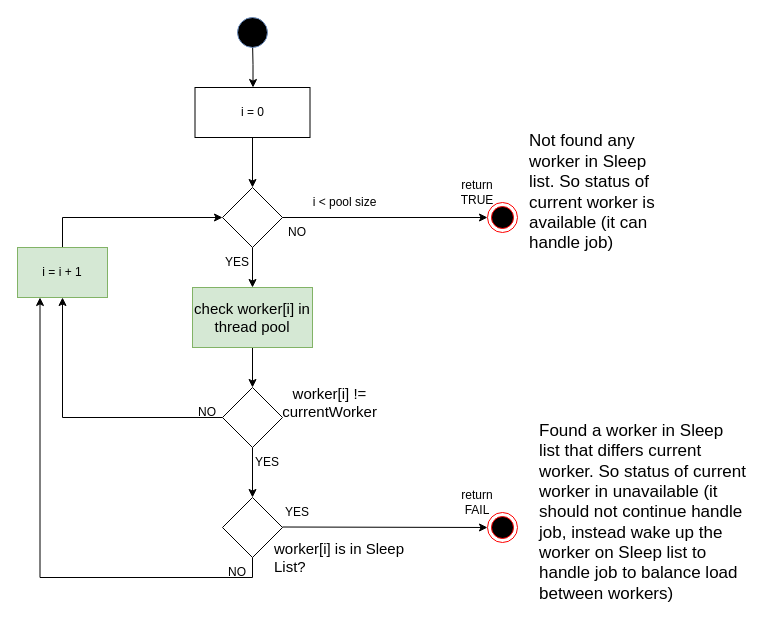
The draw.io diagram page "dl_check_active_dispatcher" (14 of 16) of doc/SA cert/Design/performance.drawio in taikt/codefun, before the edit. Source tidied: cells renumbered, new cells numbered last; positions are measured from the earlier drawing's top-left corner, leaving out a move shared by most shapes. Both pictures are drawn from the tidied source at 100%, with x=0, y=0 at pixel (17, 17).
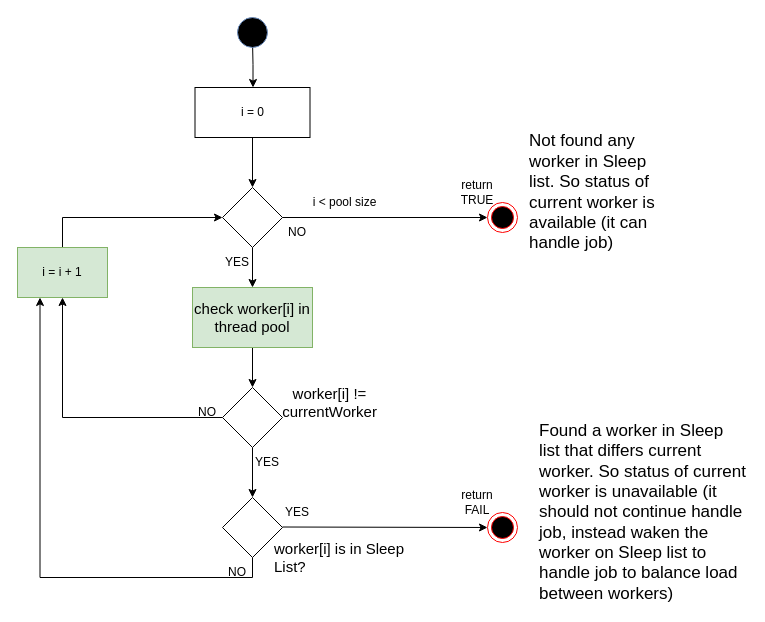
After the change.

Change to the diagram source:
```diff
@@
-    <mxCell id="31" value="&lt;font style=&quot;font-size: 17px;&quot;&gt;Found a worker in Sleep list that differs current worker. So status of current worker in unavailable (it should not continue handle job, instead wake up the worker on Sleep list to handle job to balance load between workers)&lt;/font&gt;" style="text;html=1;strokeColor=none;fillColor=none;align=left;verticalAlign=middle;whiteSpace=wrap;rounded=0;" parent="1" vertex="1">
+    <mxCell id="31" value="&lt;font style=&quot;font-size: 17px;&quot;&gt;Found a worker in Sleep list that differs current worker. So status of current worker is unavailable (it should not continue handle job, instead waken the worker on Sleep list to handle job to balance load between workers)&lt;/font&gt;" style="text;html=1;strokeColor=none;fillColor=none;align=left;verticalAlign=middle;whiteSpace=wrap;rounded=0;" parent="1" vertex="1">
       <mxGeometry x="520" y="480" width="210" height="30" as="geometry" />
     </mxCell>
```
